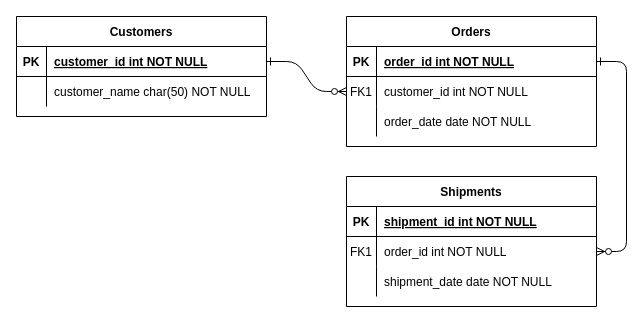
Earlier version of the draw.io diagram GeoQuizDbSchema.drawio (bellywa4life/learning-area). Source tidied: cells renumbered, new cells numbered last; positions are measured from the earlier drawing's top-left corner, leaving out a move shared by most shapes. Both pictures are drawn from the tidied source at 100%, with x=0, y=0 at pixel (16, 16).
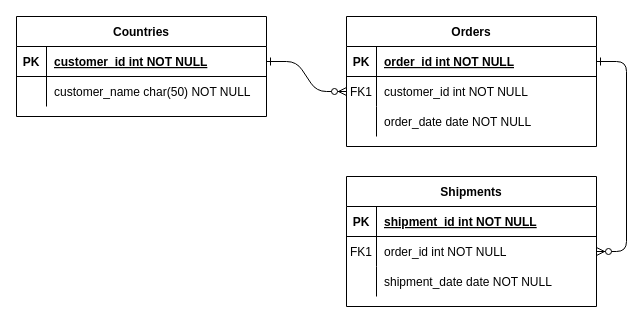
The same diagram, later.

What changed in the source:
```diff
@@
-    <mxCell id="24" value="Customers" style="shape=table;startSize=30;childLayout=tableLayout;rowLines=0;fontStyle=1;align=center;" parent="1" vertex="1">
+    <mxCell id="24" value="Countries" style="shape=table;startSize=30;childLayout=tableLayout;rowLines=0;fontStyle=1;align=center;" parent="1" vertex="1">
       <mxGeometry width="250" height="100" as="geometry" />
     </mxCell>
```
